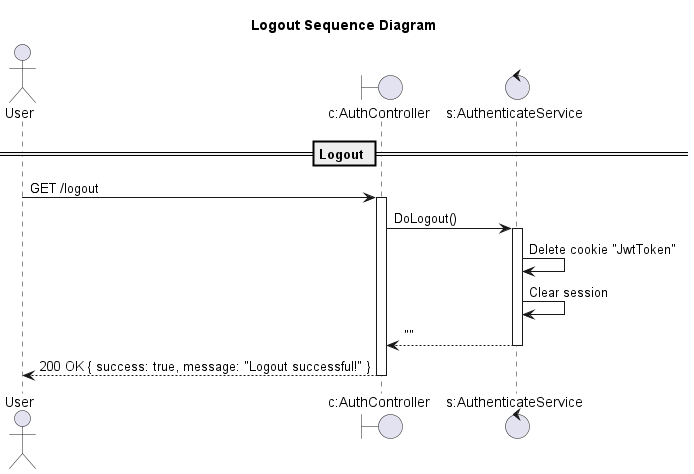
conghoan1211/AI-Kiosk-Testing-system keeps this PlantUML diagram as design/out/logoutsequencediagram/logoutsequencediagram.png. Above is the earlier version.
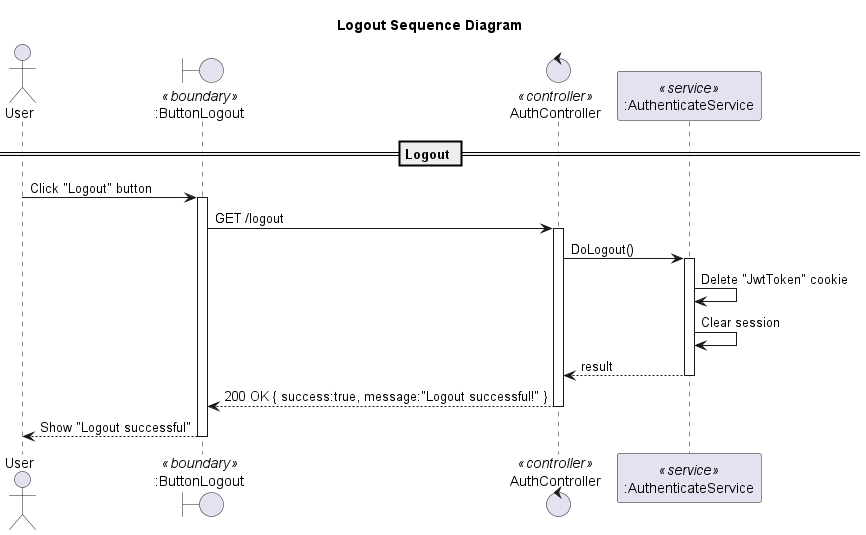
Later version of the same file.

What changed in the source:
```diff
@@ -1,22 +1,28 @@
 @startuml
-
 title Logout Sequence Diagram
 
 actor "User" as Client
-boundary "c:AuthController" as Controller
-control "s:AuthenticateService" as Service
+boundary ":ButtonLogout" as UI <<boundary>>
+control "AuthController" as Controller <<controller>>
+participant ":AuthenticateService" as Service <<service>>
 
 == Logout ==
 
-Client -> Controller: GET /logout
+Client -> UI: Click "Logout" button
+activate UI
+UI -> Controller: GET /logout
 activate Controller
 Controller -> Service: DoLogout()
 activate Service
-Service -> Service: Delete cookie "JwtToken"
+
+Service -> Service: Delete "JwtToken" cookie
 Service -> Service: Clear session
-Service --> Controller: ""
+Service --> Controller: result
 deactivate Service
-Controller --> Client: 200 OK { success: true, message: "Logout successful!" }
+
+Controller --> UI: 200 OK { success:true, message:"Logout successful!" }
 deactivate Controller
+UI --> Client: Show "Logout successful"
+deactivate UI
 
 @enduml
```
